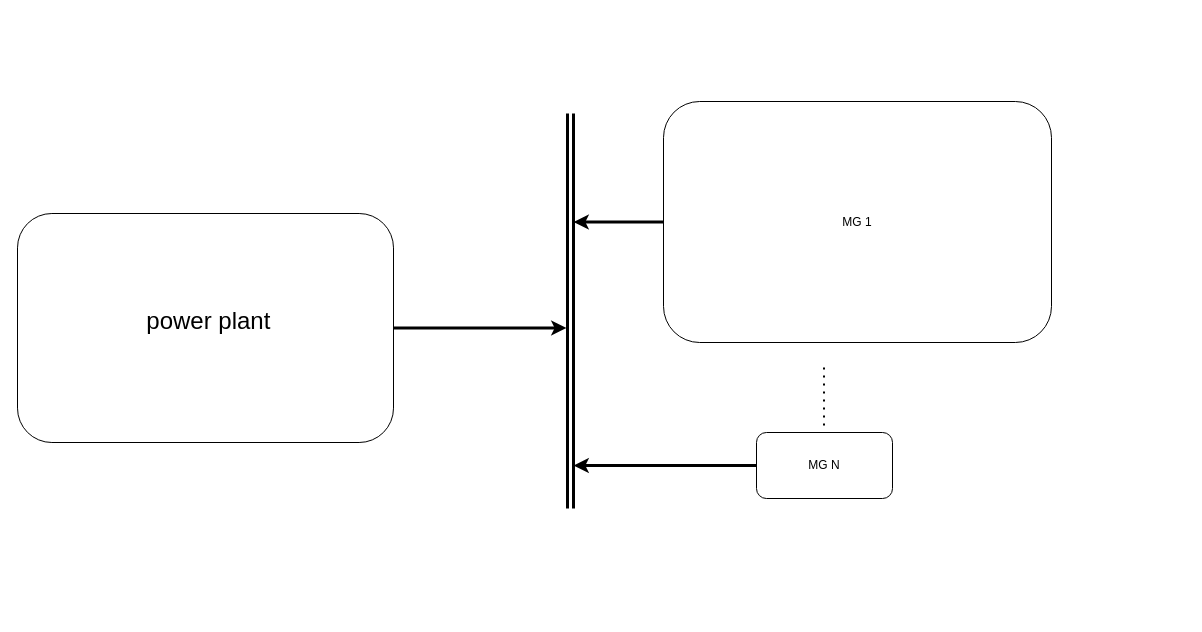
This is file_dir/微电网.drawio from Humom0/diagrams_files, a draw.io file, before an edit. Source tidied: cells renumbered, new cells numbered last; positions are measured from the earlier drawing's top-left corner, leaving out a move shared by most shapes. Both pictures are drawn from the tidied source at 100%, with x=0, y=0 at pixel (17, 101).
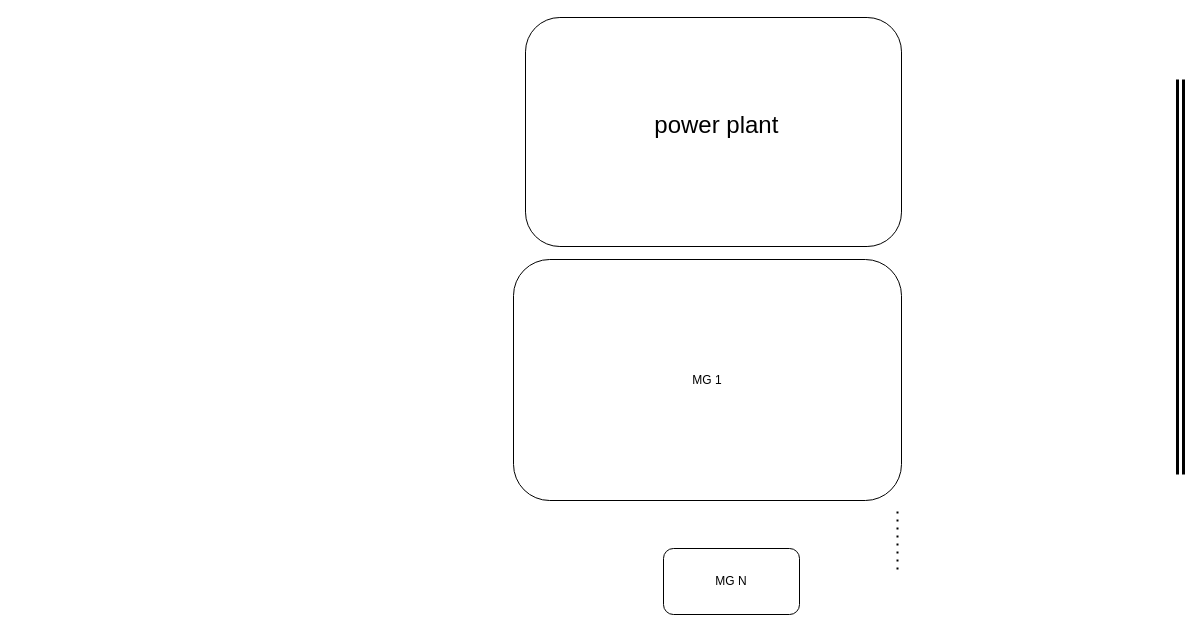
Above is the later version.

Commit message:
更新微电网.drawio

Diff of the diagram source:
```diff
@@
 <mxGraphModel>
   <root>
     <mxCell id="0" />
     <mxCell id="1" parent="0" />
-    <mxCell id="2" style="edgeStyle=orthogonalEdgeStyle;rounded=0;jettySize=auto;html=1;shadow=0;strokeColor=#000000;strokeWidth=3;" parent="1" edge="1" source="3">
-      <mxGeometry relative="1" as="geometry">
-        <mxPoint x="556" y="120.5" as="targetPoint" />
-      </mxGeometry>
-    </mxCell>
     <mxCell id="3" value="MG 1" style="rounded=1;whiteSpace=wrap;html=1;" parent="1" vertex="1">
-      <mxGeometry x="646" width="388" height="241" as="geometry" />
+      <mxGeometry x="496" y="158" width="388" height="241" as="geometry" />
     </mxCell>
     <mxCell id="4" style="shape=link;html=1;shadow=0;strokeWidth=3;" parent="1" edge="1">
       <mxGeometry relative="1" as="geometry">
-        <mxPoint x="553" y="407" as="sourcePoint" />
-        <mxPoint x="553" y="12" as="targetPoint" />
+        <mxPoint x="1163" y="373" as="sourcePoint" />
+        <mxPoint x="1163" y="-22" as="targetPoint" />
       </mxGeometry>
     </mxCell>
-    <mxCell id="5" style="edgeStyle=orthogonalEdgeStyle;rounded=0;jettySize=auto;html=1;shadow=0;strokeColor=#000000;strokeWidth=3;" parent="1" edge="1" source="6">
-      <mxGeometry relative="1" as="geometry">
-        <mxPoint x="556" y="364" as="targetPoint" />
-      </mxGeometry>
-    </mxCell>
     <mxCell id="6" value="MG N" style="rounded=1;whiteSpace=wrap;html=1;" parent="1" vertex="1">
-      <mxGeometry x="739" y="331" width="136" height="66" as="geometry" />
+      <mxGeometry x="646" y="447" width="136" height="66" as="geometry" />
     </mxCell>
-    <mxCell id="7" style="edgeStyle=orthogonalEdgeStyle;rounded=0;jettySize=auto;html=1;shadow=0;strokeColor=#000000;strokeWidth=3;" parent="1" edge="1" source="8">
-      <mxGeometry relative="1" as="geometry">
-        <mxPoint x="549" y="226.5" as="targetPoint" />
-      </mxGeometry>
-    </mxCell>
     <mxCell id="8" value="&lt;div&gt;&lt;span style=&quot;font-size: 24px&quot;&gt;&amp;nbsp;power plant&lt;/span&gt;&lt;/div&gt;&lt;div&gt;&lt;br&gt;&lt;/div&gt;" style="rounded=1;whiteSpace=wrap;html=1;" parent="1" vertex="1">
-      <mxGeometry y="112" width="376" height="229" as="geometry" />
+      <mxGeometry x="508" y="-84" width="376" height="229" as="geometry" />
     </mxCell>
     <mxCell id="9" style="endArrow=none;dashed=1;html=1;dashPattern=1 3;strokeWidth=2;shadow=0;" parent="1" edge="1">
       <mxGeometry relative="1" as="geometry">
-        <mxPoint x="806.5" y="324" as="sourcePoint" />
-        <mxPoint x="806.5" y="260" as="targetPoint" />
+        <mxPoint x="880" y="468" as="sourcePoint" />
+        <mxPoint x="880" y="404" as="targetPoint" />
       </mxGeometry>
     </mxCell>
   </root>
 </mxGraphModel>
```
